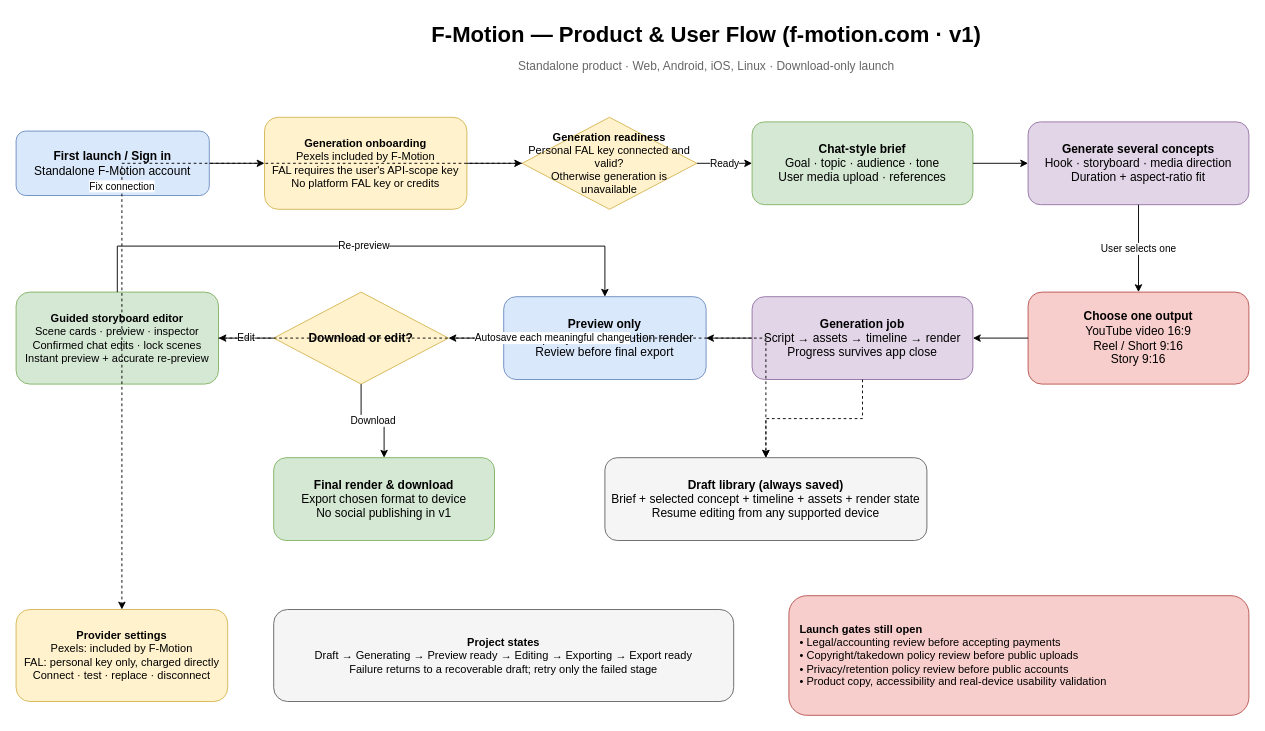
Earlier version of the draw.io diagram page "1. Product & User Flow" (1 of 11) of docs/architecture/f-motion.drawio (ivanillka/f-motion). Source tidied: cells renumbered, new cells numbered last; positions are measured from the earlier drawing's top-left corner, leaving out a move shared by most shapes. Both pictures are drawn from the tidied source at 92%, with x=0, y=0 at pixel (16, 16).
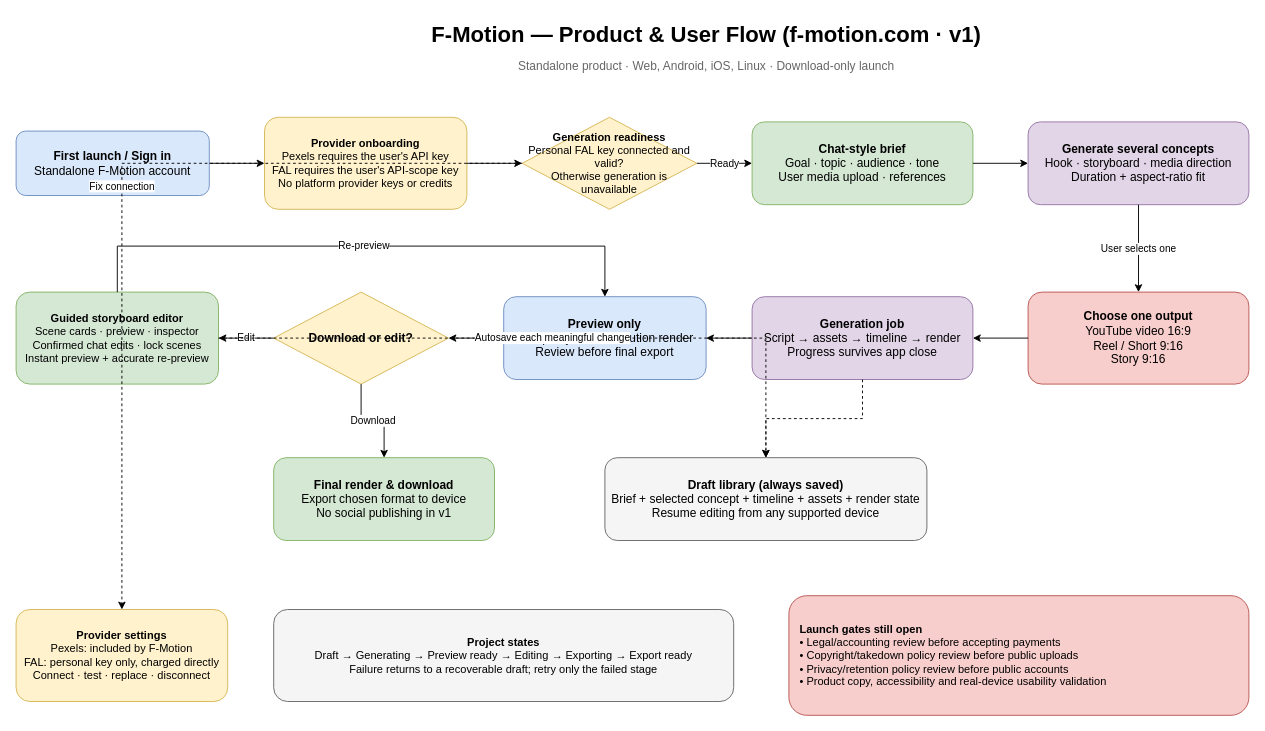
Above is the later version.

Change to the diagram source:
```diff
@@
-    <mxCell id="5" value="&lt;b&gt;Generation onboarding&lt;/b&gt;&lt;br&gt;Pexels included by F-Motion&lt;br&gt;FAL requires the user's API-scope key&lt;br&gt;No platform FAL key or credits" style="rounded=1;whiteSpace=wrap;html=1;fillColor=#fff2cc;strokeColor=#d6b656;fontSize=12;" parent="1" vertex="1">
+    <mxCell id="5" value="&lt;b&gt;Provider onboarding&lt;/b&gt;&lt;br&gt;Pexels requires the user's API key&lt;br&gt;FAL requires the user's API-scope key&lt;br&gt;No platform provider keys or credits" style="rounded=1;whiteSpace=wrap;html=1;fillColor=#fff2cc;strokeColor=#d6b656;fontSize=12;" parent="1" vertex="1">
       <mxGeometry x="270" y="110" width="220" height="100" as="geometry" />
     </mxCell>
```
